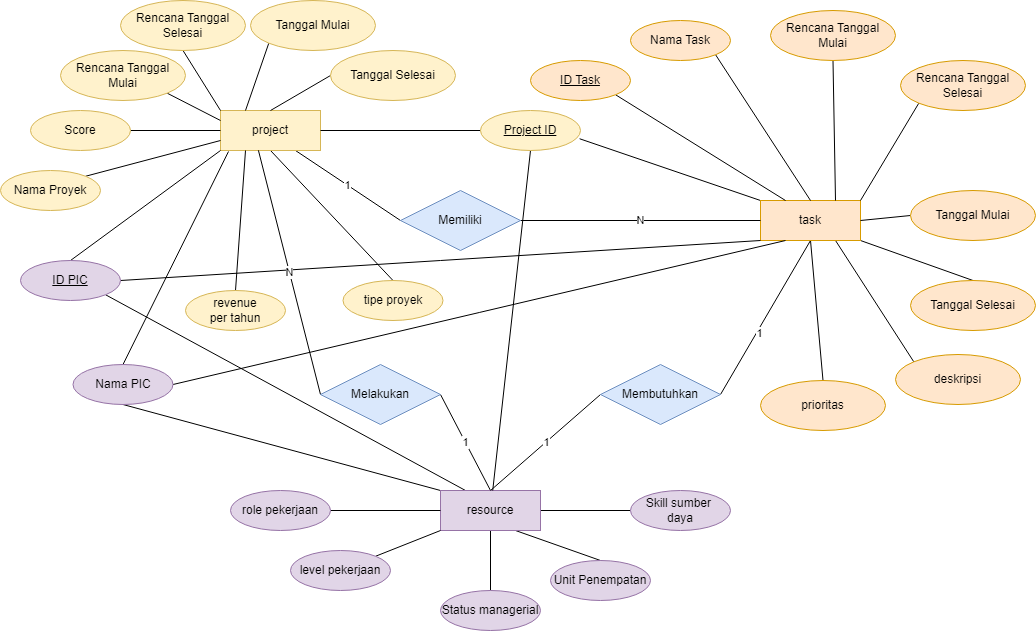
This is 1 Figur/Diagram Tesis-ERD Konseptual.drawio.png from ilhamnurpratama/thesis-pmis, a draw.io export, as it was before one commit. Source tidied: cells renumbered, new cells last; positions are measured from the earlier drawing's top-left corner, leaving out a move shared by most shapes. The source it was exported from:
```xml
<mxGraphModel>
  <root>
    <mxCell id="0" />
    <mxCell id="1" parent="0" />
    <mxCell id="2" value="1" style="edgeStyle=none;rounded=0;jettySize=auto;html=1;exitX=0.75;exitY=1;exitDx=0;exitDy=0;entryX=0;entryY=0.5;entryDx=0;entryDy=0;endArrow=none;endFill=0;" parent="1" edge="1" source="4" target="36">
      <mxGeometry relative="1" as="geometry" />
    </mxCell>
    <mxCell id="3" style="edgeStyle=none;rounded=0;jettySize=auto;html=1;exitX=0.5;exitY=1;exitDx=0;exitDy=0;entryX=0.5;entryY=0;entryDx=0;entryDy=0;endArrow=none;endFill=0;" parent="1" edge="1" source="4" target="39">
      <mxGeometry relative="1" as="geometry" />
    </mxCell>
    <mxCell id="4" value="project" style="whiteSpace=wrap;html=1;align=center;fillColor=#fff2cc;strokeColor=#d6b656;" parent="1" vertex="1">
      <mxGeometry x="220" y="110" width="100" height="40" as="geometry" />
    </mxCell>
    <mxCell id="5" style="edgeStyle=none;rounded=0;jettySize=auto;html=1;exitX=0;exitY=0;exitDx=0;exitDy=0;entryX=0.991;entryY=0.706;entryDx=0;entryDy=0;endArrow=none;endFill=0;entryPerimeter=0;" parent="1" edge="1" source="11" target="42">
      <mxGeometry relative="1" as="geometry" />
    </mxCell>
    <mxCell id="6" style="edgeStyle=none;rounded=0;jettySize=auto;html=1;exitX=0.5;exitY=1;exitDx=0;exitDy=0;entryX=1;entryY=0.5;entryDx=0;entryDy=0;endArrow=none;endFill=0;" parent="1" edge="1" source="11" target="50">
      <mxGeometry relative="1" as="geometry" />
    </mxCell>
    <mxCell id="7" value="1" style="edgeLabel;html=1;align=center;verticalAlign=middle;" parent="6" vertex="1">
      <mxGeometry x="0.2" y="2" relative="1" as="geometry" />
    </mxCell>
    <mxCell id="8" style="edgeStyle=none;rounded=0;jettySize=auto;html=1;exitX=1;exitY=1;exitDx=0;exitDy=0;entryX=0.5;entryY=0;entryDx=0;entryDy=0;endArrow=none;endFill=0;" parent="1" edge="1" source="11" target="66">
      <mxGeometry relative="1" as="geometry" />
    </mxCell>
    <mxCell id="9" style="edgeStyle=none;rounded=0;jettySize=auto;html=1;exitX=0.75;exitY=1;exitDx=0;exitDy=0;entryX=0;entryY=0;entryDx=0;entryDy=0;endArrow=none;endFill=0;" parent="1" edge="1" source="11" target="67">
      <mxGeometry relative="1" as="geometry" />
    </mxCell>
    <mxCell id="10" style="edgeStyle=none;rounded=0;jettySize=auto;html=1;exitX=0.5;exitY=1;exitDx=0;exitDy=0;entryX=0.5;entryY=0;entryDx=0;entryDy=0;endArrow=none;endFill=0;" parent="1" edge="1" source="11" target="68">
      <mxGeometry relative="1" as="geometry" />
    </mxCell>
    <mxCell id="11" value="task" style="whiteSpace=wrap;html=1;align=center;fillColor=#ffe6cc;strokeColor=#d79b00;" parent="1" vertex="1">
      <mxGeometry x="760" y="200" width="100" height="40" as="geometry" />
    </mxCell>
    <mxCell id="12" style="edgeStyle=none;rounded=0;jettySize=auto;html=1;exitX=0.25;exitY=0;exitDx=0;exitDy=0;entryX=1;entryY=1;entryDx=0;entryDy=0;endArrow=none;endFill=0;" parent="1" edge="1" source="18" target="23">
      <mxGeometry relative="1" as="geometry" />
    </mxCell>
    <mxCell id="13" style="edgeStyle=none;rounded=0;jettySize=auto;html=1;exitX=0;exitY=0;exitDx=0;exitDy=0;entryX=0.5;entryY=1;entryDx=0;entryDy=0;endArrow=none;endFill=0;" parent="1" edge="1" source="18" target="26">
      <mxGeometry relative="1" as="geometry" />
    </mxCell>
    <mxCell id="14" style="edgeStyle=none;rounded=0;jettySize=auto;html=1;exitX=0.5;exitY=1;exitDx=0;exitDy=0;entryX=0.5;entryY=0;entryDx=0;entryDy=0;endArrow=none;endFill=0;" parent="1" edge="1" source="18" target="55">
      <mxGeometry relative="1" as="geometry" />
    </mxCell>
    <mxCell id="15" style="edgeStyle=none;rounded=0;jettySize=auto;html=1;exitX=0.75;exitY=1;exitDx=0;exitDy=0;entryX=0.5;entryY=0;entryDx=0;entryDy=0;endArrow=none;endFill=0;" parent="1" edge="1" source="18" target="56">
      <mxGeometry relative="1" as="geometry" />
    </mxCell>
    <mxCell id="16" style="edgeStyle=none;rounded=0;jettySize=auto;html=1;exitX=1;exitY=0.5;exitDx=0;exitDy=0;entryX=0;entryY=0.5;entryDx=0;entryDy=0;endArrow=none;endFill=0;" parent="1" edge="1" source="18" target="57">
      <mxGeometry relative="1" as="geometry" />
    </mxCell>
    <mxCell id="17" value="1" style="edgeStyle=none;rounded=0;jettySize=auto;html=1;exitX=0.5;exitY=0;exitDx=0;exitDy=0;entryX=1;entryY=0.5;entryDx=0;entryDy=0;endArrow=none;endFill=0;" parent="1" edge="1" source="18" target="59">
      <mxGeometry relative="1" as="geometry" />
    </mxCell>
    <mxCell id="18" value="resource" style="whiteSpace=wrap;html=1;align=center;fillColor=#e1d5e7;strokeColor=#9673a6;" parent="1" vertex="1">
      <mxGeometry x="440" y="490" width="100" height="40" as="geometry" />
    </mxCell>
    <mxCell id="19" style="rounded=0;jettySize=auto;html=1;exitX=1;exitY=0;exitDx=0;exitDy=0;entryX=0;entryY=0.75;entryDx=0;entryDy=0;endArrow=none;endFill=0;" parent="1" edge="1" source="20" target="4">
      <mxGeometry relative="1" as="geometry" />
    </mxCell>
    <mxCell id="20" value="Nama Proyek" style="ellipse;whiteSpace=wrap;html=1;align=center;fillColor=#fff2cc;strokeColor=#d6b656;" parent="1" vertex="1">
      <mxGeometry y="170" width="100" height="40" as="geometry" />
    </mxCell>
    <mxCell id="21" style="edgeStyle=none;rounded=0;jettySize=auto;html=1;exitX=0.5;exitY=0;exitDx=0;exitDy=0;entryX=0;entryY=1;entryDx=0;entryDy=0;endArrow=none;endFill=0;" parent="1" edge="1" source="23" target="4">
      <mxGeometry relative="1" as="geometry" />
    </mxCell>
    <mxCell id="22" style="edgeStyle=none;rounded=0;jettySize=auto;html=1;exitX=1;exitY=0.5;exitDx=0;exitDy=0;entryX=0;entryY=1;entryDx=0;entryDy=0;endArrow=none;endFill=0;" parent="1" edge="1" source="23" target="11">
      <mxGeometry relative="1" as="geometry" />
    </mxCell>
    <mxCell id="23" value="&lt;u&gt;ID PIC&lt;/u&gt;" style="ellipse;whiteSpace=wrap;html=1;align=center;fillColor=#e1d5e7;strokeColor=#9673a6;" parent="1" vertex="1">
      <mxGeometry x="20" y="260" width="100" height="40" as="geometry" />
    </mxCell>
    <mxCell id="24" style="edgeStyle=none;rounded=0;jettySize=auto;html=1;exitX=0.5;exitY=0;exitDx=0;exitDy=0;entryX=0.08;entryY=1.025;entryDx=0;entryDy=0;endArrow=none;endFill=0;entryPerimeter=0;" parent="1" edge="1" source="26" target="4">
      <mxGeometry relative="1" as="geometry" />
    </mxCell>
    <mxCell id="25" style="edgeStyle=none;rounded=0;jettySize=auto;html=1;exitX=1;exitY=0.5;exitDx=0;exitDy=0;entryX=0.25;entryY=1;entryDx=0;entryDy=0;endArrow=none;endFill=0;" parent="1" edge="1" source="26" target="11">
      <mxGeometry relative="1" as="geometry" />
    </mxCell>
    <mxCell id="26" value="Nama PIC" style="ellipse;whiteSpace=wrap;html=1;align=center;fillColor=#e1d5e7;strokeColor=#9673a6;" parent="1" vertex="1">
      <mxGeometry x="72.5" y="364" width="100" height="40" as="geometry" />
    </mxCell>
    <mxCell id="27" style="edgeStyle=none;rounded=0;jettySize=auto;html=1;exitX=1;exitY=1;exitDx=0;exitDy=0;entryX=0;entryY=0.25;entryDx=0;entryDy=0;endArrow=none;endFill=0;" parent="1" edge="1" source="28" target="4">
      <mxGeometry relative="1" as="geometry" />
    </mxCell>
    <mxCell id="28" value="Rencana Tanggal Mulai" style="ellipse;whiteSpace=wrap;html=1;align=center;fillColor=#fff2cc;strokeColor=#d6b656;" parent="1" vertex="1">
      <mxGeometry x="60" y="50" width="125" height="50" as="geometry" />
    </mxCell>
    <mxCell id="29" style="edgeStyle=none;rounded=0;jettySize=auto;html=1;exitX=0.5;exitY=1;exitDx=0;exitDy=0;entryX=0;entryY=0;entryDx=0;entryDy=0;endArrow=none;endFill=0;" parent="1" edge="1" source="30" target="4">
      <mxGeometry relative="1" as="geometry" />
    </mxCell>
    <mxCell id="30" value="Rencana Tanggal Selesai" style="ellipse;whiteSpace=wrap;html=1;align=center;fillColor=#fff2cc;strokeColor=#d6b656;" parent="1" vertex="1">
      <mxGeometry x="120" width="125" height="50" as="geometry" />
    </mxCell>
    <mxCell id="31" style="edgeStyle=none;rounded=0;jettySize=auto;html=1;exitX=0;exitY=1;exitDx=0;exitDy=0;entryX=0.25;entryY=0;entryDx=0;entryDy=0;endArrow=none;endFill=0;" parent="1" edge="1" source="32" target="4">
      <mxGeometry relative="1" as="geometry" />
    </mxCell>
    <mxCell id="32" value="Tanggal Mulai" style="ellipse;whiteSpace=wrap;html=1;align=center;fillColor=#fff2cc;strokeColor=#d6b656;" parent="1" vertex="1">
      <mxGeometry x="250" width="125" height="50" as="geometry" />
    </mxCell>
    <mxCell id="33" style="edgeStyle=none;rounded=0;jettySize=auto;html=1;exitX=0;exitY=0.5;exitDx=0;exitDy=0;entryX=0.5;entryY=0;entryDx=0;entryDy=0;endArrow=none;endFill=0;" parent="1" edge="1" source="34" target="4">
      <mxGeometry relative="1" as="geometry" />
    </mxCell>
    <mxCell id="34" value="Tanggal Selesai" style="ellipse;whiteSpace=wrap;html=1;align=center;fillColor=#fff2cc;strokeColor=#d6b656;" parent="1" vertex="1">
      <mxGeometry x="330" y="50" width="125" height="50" as="geometry" />
    </mxCell>
    <mxCell id="35" value="N" style="edgeStyle=none;rounded=0;jettySize=auto;html=1;exitX=1;exitY=0.5;exitDx=0;exitDy=0;entryX=0;entryY=0.5;entryDx=0;entryDy=0;endArrow=none;endFill=0;" parent="1" edge="1" source="36" target="11">
      <mxGeometry relative="1" as="geometry" />
    </mxCell>
    <mxCell id="36" value="Memiliki" style="shape=rhombus;perimeter=rhombusPerimeter;whiteSpace=wrap;html=1;align=center;fillColor=#dae8fc;strokeColor=#6c8ebf;" parent="1" vertex="1">
      <mxGeometry x="400" y="190" width="120" height="60" as="geometry" />
    </mxCell>
    <mxCell id="37" style="edgeStyle=none;rounded=0;jettySize=auto;html=1;exitX=0.5;exitY=0;exitDx=0;exitDy=0;entryX=0.25;entryY=1;entryDx=0;entryDy=0;endArrow=none;endFill=0;" parent="1" edge="1" source="38" target="4">
      <mxGeometry relative="1" as="geometry" />
    </mxCell>
    <mxCell id="38" value="revenue &lt;br&gt;per tahun" style="ellipse;whiteSpace=wrap;html=1;align=center;fillColor=#fff2cc;strokeColor=#d6b656;" parent="1" vertex="1">
      <mxGeometry x="185" y="290" width="100" height="40" as="geometry" />
    </mxCell>
    <mxCell id="39" value="tipe proyek" style="ellipse;whiteSpace=wrap;html=1;align=center;fillColor=#fff2cc;strokeColor=#d6b656;" parent="1" vertex="1">
      <mxGeometry x="342.5" y="280" width="100" height="40" as="geometry" />
    </mxCell>
    <mxCell id="40" style="edgeStyle=none;rounded=0;jettySize=auto;html=1;exitX=0;exitY=0.5;exitDx=0;exitDy=0;entryX=1;entryY=0.5;entryDx=0;entryDy=0;endArrow=none;endFill=0;" parent="1" edge="1" source="42" target="4">
      <mxGeometry relative="1" as="geometry" />
    </mxCell>
    <mxCell id="41" style="edgeStyle=none;rounded=0;jettySize=auto;html=1;exitX=0.5;exitY=1;exitDx=0;exitDy=0;endArrow=none;endFill=0;" parent="1" edge="1" source="42" target="18">
      <mxGeometry relative="1" as="geometry" />
    </mxCell>
    <mxCell id="42" value="Project ID" style="ellipse;whiteSpace=wrap;html=1;align=center;fontStyle=4;fillColor=#fff2cc;strokeColor=#d6b656;" parent="1" vertex="1">
      <mxGeometry x="480" y="110" width="100" height="40" as="geometry" />
    </mxCell>
    <mxCell id="43" style="edgeStyle=none;rounded=0;jettySize=auto;html=1;exitX=1;exitY=0.5;exitDx=0;exitDy=0;entryX=0;entryY=0.5;entryDx=0;entryDy=0;endArrow=none;endFill=0;" parent="1" edge="1" source="44" target="4">
      <mxGeometry relative="1" as="geometry" />
    </mxCell>
    <mxCell id="44" value="Score" style="ellipse;whiteSpace=wrap;html=1;align=center;fillColor=#fff2cc;strokeColor=#d6b656;" parent="1" vertex="1">
      <mxGeometry x="30" y="110" width="100" height="40" as="geometry" />
    </mxCell>
    <mxCell id="45" style="edgeStyle=none;rounded=0;jettySize=auto;html=1;exitX=1;exitY=1;exitDx=0;exitDy=0;entryX=0.25;entryY=0;entryDx=0;entryDy=0;endArrow=none;endFill=0;" parent="1" edge="1" source="46" target="11">
      <mxGeometry relative="1" as="geometry" />
    </mxCell>
    <mxCell id="46" value="ID Task" style="ellipse;whiteSpace=wrap;html=1;align=center;fontStyle=4;fillColor=#ffe6cc;strokeColor=#d79b00;" parent="1" vertex="1">
      <mxGeometry x="530" y="60" width="100" height="40" as="geometry" />
    </mxCell>
    <mxCell id="47" style="edgeStyle=none;rounded=0;jettySize=auto;html=1;exitX=1;exitY=1;exitDx=0;exitDy=0;entryX=0.5;entryY=0;entryDx=0;entryDy=0;endArrow=none;endFill=0;" parent="1" edge="1" source="48" target="11">
      <mxGeometry relative="1" as="geometry" />
    </mxCell>
    <mxCell id="48" value="Nama Task" style="ellipse;whiteSpace=wrap;html=1;align=center;fillColor=#ffe6cc;strokeColor=#d79b00;" parent="1" vertex="1">
      <mxGeometry x="630" y="20" width="100" height="40" as="geometry" />
    </mxCell>
    <mxCell id="49" value="1" style="edgeStyle=none;rounded=0;jettySize=auto;html=1;exitX=0;exitY=0.5;exitDx=0;exitDy=0;entryX=0.5;entryY=0;entryDx=0;entryDy=0;endArrow=none;endFill=0;" parent="1" edge="1" source="50" target="18">
      <mxGeometry relative="1" as="geometry" />
    </mxCell>
    <mxCell id="50" value="Membutuhkan" style="shape=rhombus;perimeter=rhombusPerimeter;whiteSpace=wrap;html=1;align=center;fillColor=#dae8fc;strokeColor=#6c8ebf;" parent="1" vertex="1">
      <mxGeometry x="600" y="364" width="120" height="60" as="geometry" />
    </mxCell>
    <mxCell id="51" style="edgeStyle=none;rounded=0;jettySize=auto;html=1;exitX=1;exitY=0.5;exitDx=0;exitDy=0;entryX=0;entryY=0.5;entryDx=0;entryDy=0;endArrow=none;endFill=0;" parent="1" edge="1" source="52" target="18">
      <mxGeometry relative="1" as="geometry" />
    </mxCell>
    <mxCell id="52" value="role pekerjaan" style="ellipse;whiteSpace=wrap;html=1;align=center;fillColor=#e1d5e7;strokeColor=#9673a6;" parent="1" vertex="1">
      <mxGeometry x="230" y="490" width="100" height="40" as="geometry" />
    </mxCell>
    <mxCell id="53" style="edgeStyle=none;rounded=0;jettySize=auto;html=1;exitX=1;exitY=0;exitDx=0;exitDy=0;entryX=0;entryY=1;entryDx=0;entryDy=0;endArrow=none;endFill=0;" parent="1" edge="1" source="54" target="18">
      <mxGeometry relative="1" as="geometry" />
    </mxCell>
    <mxCell id="54" value="level pekerjaan" style="ellipse;whiteSpace=wrap;html=1;align=center;fillColor=#e1d5e7;strokeColor=#9673a6;" parent="1" vertex="1">
      <mxGeometry x="290" y="550" width="100" height="40" as="geometry" />
    </mxCell>
    <mxCell id="55" value="Status managerial" style="ellipse;whiteSpace=wrap;html=1;align=center;fillColor=#e1d5e7;strokeColor=#9673a6;" parent="1" vertex="1">
      <mxGeometry x="440" y="590" width="100" height="40" as="geometry" />
    </mxCell>
    <mxCell id="56" value="Unit Penempatan" style="ellipse;whiteSpace=wrap;html=1;align=center;fillColor=#e1d5e7;strokeColor=#9673a6;" parent="1" vertex="1">
      <mxGeometry x="550" y="560" width="100" height="40" as="geometry" />
    </mxCell>
    <mxCell id="57" value="Skill sumber&amp;nbsp; daya" style="ellipse;whiteSpace=wrap;html=1;align=center;fillColor=#e1d5e7;strokeColor=#9673a6;" parent="1" vertex="1">
      <mxGeometry x="630" y="490" width="100" height="40" as="geometry" />
    </mxCell>
    <mxCell id="58" value="N" style="edgeStyle=none;rounded=0;jettySize=auto;html=1;exitX=0;exitY=0.5;exitDx=0;exitDy=0;entryX=0.379;entryY=0.995;entryDx=0;entryDy=0;entryPerimeter=0;endArrow=none;endFill=0;" parent="1" edge="1" source="59" target="4">
      <mxGeometry relative="1" as="geometry" />
    </mxCell>
    <mxCell id="59" value="Melakukan" style="shape=rhombus;perimeter=rhombusPerimeter;whiteSpace=wrap;html=1;align=center;fillColor=#dae8fc;strokeColor=#6c8ebf;" parent="1" vertex="1">
      <mxGeometry x="320" y="364" width="120" height="60" as="geometry" />
    </mxCell>
    <mxCell id="60" style="edgeStyle=none;rounded=0;jettySize=auto;html=1;exitX=0.5;exitY=1;exitDx=0;exitDy=0;entryX=0.75;entryY=0;entryDx=0;entryDy=0;endArrow=none;endFill=0;" parent="1" edge="1" source="61" target="11">
      <mxGeometry relative="1" as="geometry" />
    </mxCell>
    <mxCell id="61" value="Rencana Tanggal Mulai" style="ellipse;whiteSpace=wrap;html=1;align=center;fillColor=#ffe6cc;strokeColor=#d79b00;" parent="1" vertex="1">
      <mxGeometry x="770" y="10" width="125" height="50" as="geometry" />
    </mxCell>
    <mxCell id="62" style="edgeStyle=none;rounded=0;jettySize=auto;html=1;exitX=0;exitY=1;exitDx=0;exitDy=0;entryX=1;entryY=0;entryDx=0;entryDy=0;endArrow=none;endFill=0;" parent="1" edge="1" source="63" target="11">
      <mxGeometry relative="1" as="geometry" />
    </mxCell>
    <mxCell id="63" value="Rencana Tanggal Selesai" style="ellipse;whiteSpace=wrap;html=1;align=center;fillColor=#ffe6cc;strokeColor=#d79b00;" parent="1" vertex="1">
      <mxGeometry x="900" y="60" width="125" height="50" as="geometry" />
    </mxCell>
    <mxCell id="64" style="edgeStyle=none;rounded=0;jettySize=auto;html=1;exitX=0;exitY=0.5;exitDx=0;exitDy=0;entryX=1;entryY=0.5;entryDx=0;entryDy=0;endArrow=none;endFill=0;" parent="1" edge="1" source="65" target="11">
      <mxGeometry relative="1" as="geometry" />
    </mxCell>
    <mxCell id="65" value="Tanggal Mulai" style="ellipse;whiteSpace=wrap;html=1;align=center;fillColor=#ffe6cc;strokeColor=#d79b00;" parent="1" vertex="1">
      <mxGeometry x="910" y="190" width="125" height="50" as="geometry" />
    </mxCell>
    <mxCell id="66" value="Tanggal Selesai" style="ellipse;whiteSpace=wrap;html=1;align=center;fillColor=#ffe6cc;strokeColor=#d79b00;" parent="1" vertex="1">
      <mxGeometry x="910" y="280" width="125" height="50" as="geometry" />
    </mxCell>
    <mxCell id="67" value="deskripsi" style="ellipse;whiteSpace=wrap;html=1;align=center;fillColor=#ffe6cc;strokeColor=#d79b00;" parent="1" vertex="1">
      <mxGeometry x="895" y="354" width="125" height="50" as="geometry" />
    </mxCell>
    <mxCell id="68" value="prioritas" style="ellipse;whiteSpace=wrap;html=1;align=center;fillColor=#ffe6cc;strokeColor=#d79b00;" parent="1" vertex="1">
      <mxGeometry x="760" y="380" width="125" height="50" as="geometry" />
    </mxCell>
  </root>
</mxGraphModel>
```
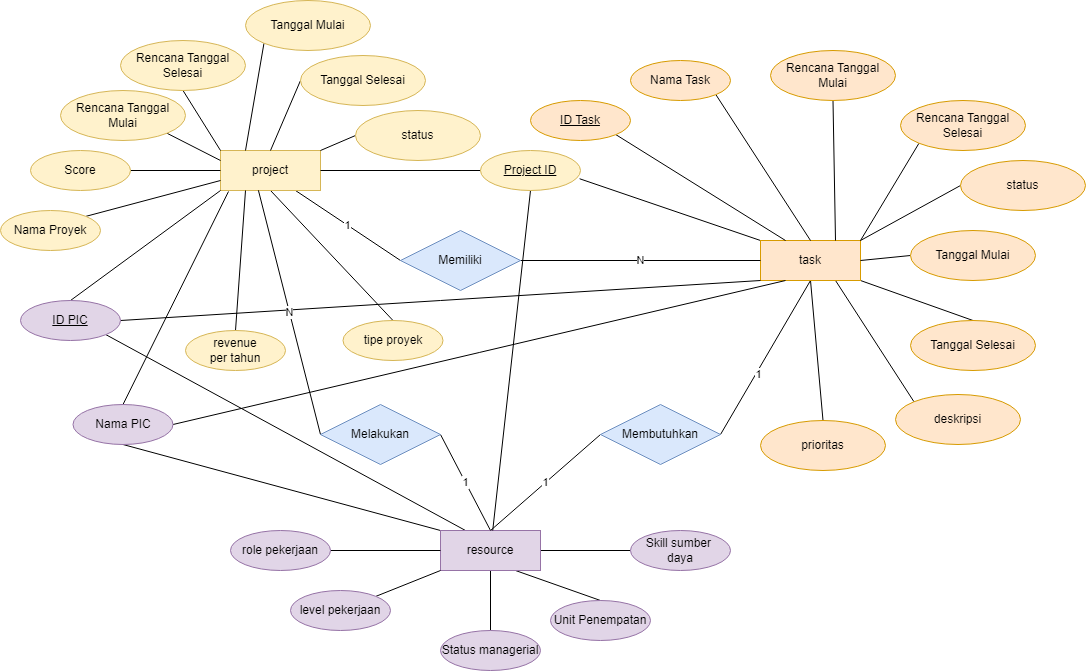
The same diagram one commit later.

The edit, as a diff of the source:
```diff
@@ -93,13 +93,13 @@
       <mxGeometry relative="1" as="geometry" />
     </mxCell>
     <mxCell id="32" value="Tanggal Mulai" style="ellipse;whiteSpace=wrap;html=1;align=center;fillColor=#fff2cc;strokeColor=#d6b656;" parent="1" vertex="1">
-      <mxGeometry x="250" width="125" height="50" as="geometry" />
+      <mxGeometry x="245" y="-40" width="125" height="50" as="geometry" />
     </mxCell>
     <mxCell id="33" style="edgeStyle=none;rounded=0;jettySize=auto;html=1;exitX=0;exitY=0.5;exitDx=0;exitDy=0;entryX=0.5;entryY=0;entryDx=0;entryDy=0;endArrow=none;endFill=0;" parent="1" edge="1" source="34" target="4">
       <mxGeometry relative="1" as="geometry" />
     </mxCell>
     <mxCell id="34" value="Tanggal Selesai" style="ellipse;whiteSpace=wrap;html=1;align=center;fillColor=#fff2cc;strokeColor=#d6b656;" parent="1" vertex="1">
-      <mxGeometry x="330" y="50" width="125" height="50" as="geometry" />
+      <mxGeometry x="300" y="15" width="125" height="50" as="geometry" />
     </mxCell>
     <mxCell id="35" value="N" style="edgeStyle=none;rounded=0;jettySize=auto;html=1;exitX=1;exitY=0.5;exitDx=0;exitDy=0;entryX=0;entryY=0.5;entryDx=0;entryDy=0;endArrow=none;endFill=0;" parent="1" edge="1" source="36" target="11">
       <mxGeometry relative="1" as="geometry" />
@@ -203,5 +203,17 @@
     <mxCell id="68" value="prioritas" style="ellipse;whiteSpace=wrap;html=1;align=center;fillColor=#ffe6cc;strokeColor=#d79b00;" parent="1" vertex="1">
       <mxGeometry x="760" y="380" width="125" height="50" as="geometry" />
     </mxCell>
+    <mxCell id="69" style="rounded=0;jettySize=auto;html=1;exitX=0;exitY=0.5;exitDx=0;exitDy=0;entryX=1;entryY=0;entryDx=0;entryDy=0;endArrow=none;endFill=0;" parent="1" edge="1" source="70" target="4">
+      <mxGeometry relative="1" as="geometry" />
+    </mxCell>
+    <mxCell id="70" value="status" style="ellipse;whiteSpace=wrap;html=1;align=center;fillColor=#fff2cc;strokeColor=#d6b656;" parent="1" vertex="1">
+      <mxGeometry x="355" y="70" width="125" height="50" as="geometry" />
+    </mxCell>
+    <mxCell id="71" style="edgeStyle=none;rounded=0;jettySize=auto;html=1;exitX=0;exitY=0.5;exitDx=0;exitDy=0;entryX=1;entryY=0;entryDx=0;entryDy=0;endArrow=none;endFill=0;" parent="1" edge="1" source="72" target="11">
+      <mxGeometry relative="1" as="geometry" />
+    </mxCell>
+    <mxCell id="72" value="status" style="ellipse;whiteSpace=wrap;html=1;align=center;fillColor=#ffe6cc;strokeColor=#d79b00;" parent="1" vertex="1">
+      <mxGeometry x="960" y="120" width="125" height="50" as="geometry" />
+    </mxCell>
   </root>
 </mxGraphModel>
```
